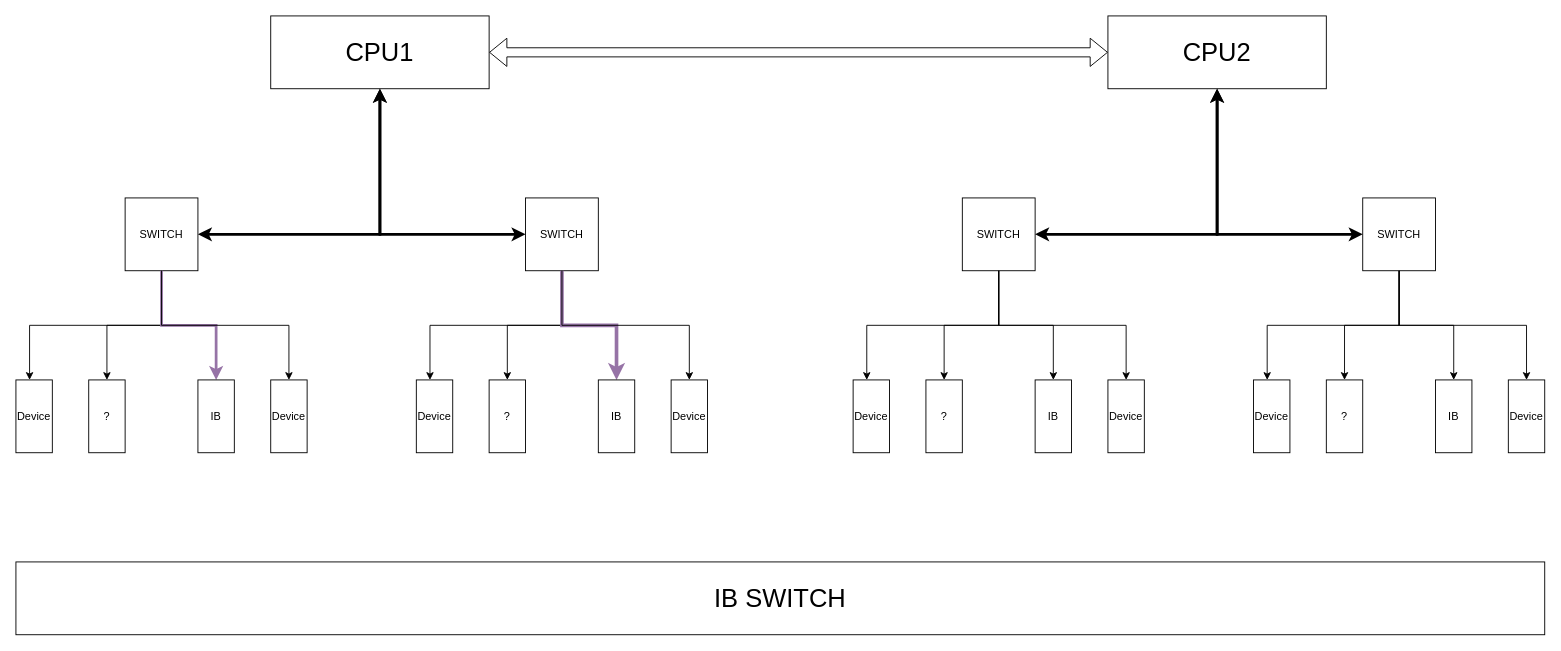
BEYHHH/SBLP keeps this draw.io diagram as OAM_net_ARC.drawio. Above is the earlier version. Source tidied: cells renumbered, new cells numbered last; positions are measured from the earlier drawing's top-left corner, leaving out a move shared by most shapes. Both pictures are drawn from the tidied source at 91%, with x=0, y=0 at pixel (15, 15).
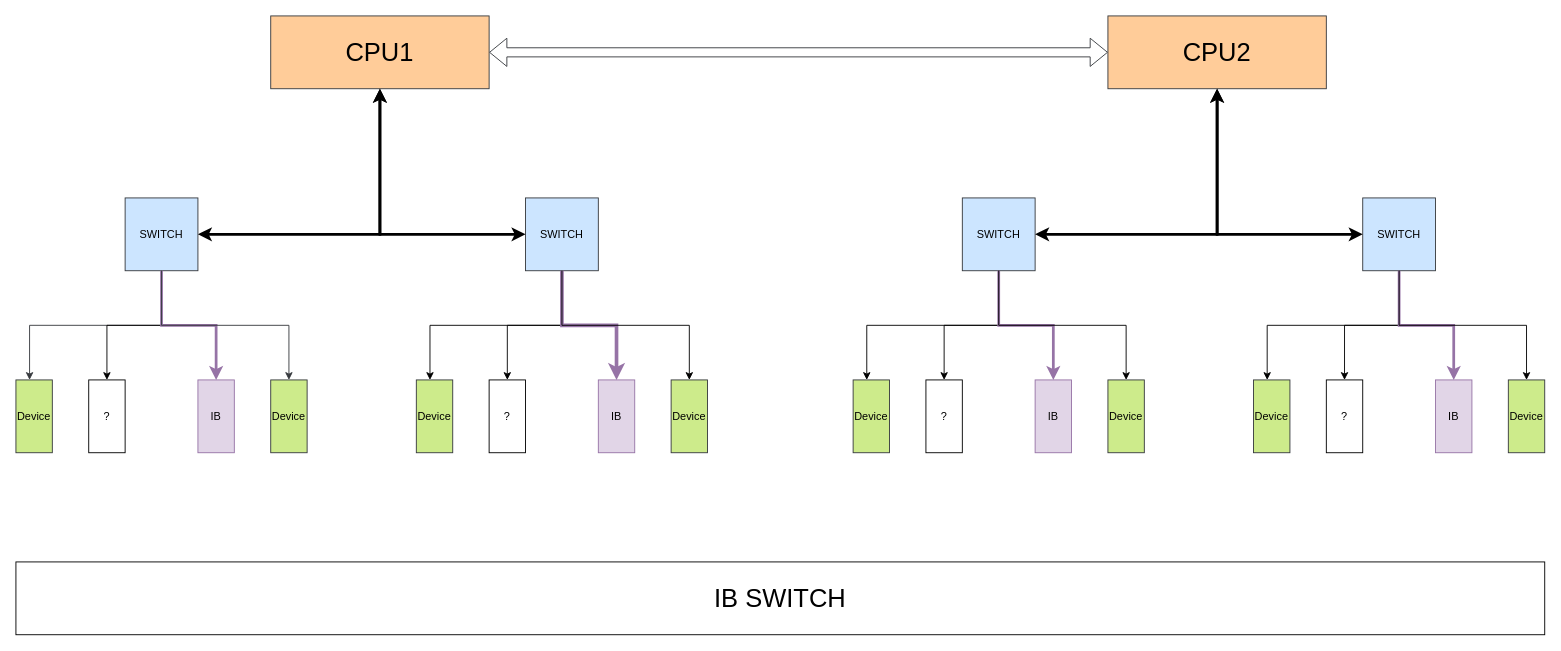
Above is the later version.

Diff of the diagram source:
```diff
@@
-    <mxCell id="2" value="&lt;font style=&quot;font-size: 28px;&quot;&gt;CPU1&lt;/font&gt;" style="rounded=0;whiteSpace=wrap;html=1;" parent="1" vertex="1">
+    <mxCell id="2" value="&lt;font style=&quot;font-size: 28px;&quot;&gt;CPU1&lt;/font&gt;" style="rounded=0;whiteSpace=wrap;html=1;fillColor=#ffcc99;strokeColor=#36393d;" parent="1" vertex="1">
       <mxGeometry x="280" width="240" height="80" as="geometry" />
     </mxCell>
-    <mxCell id="3" style="edgeStyle=orthogonalEdgeStyle;rounded=0;jettySize=auto;html=1;" parent="1" edge="1" source="5" target="6">
+    <mxCell id="3" style="edgeStyle=orthogonalEdgeStyle;rounded=0;jettySize=auto;html=1;fillColor=#cdeb8b;strokeColor=#36393d;" parent="1" edge="1" source="5" target="6">
       <mxGeometry relative="1" as="geometry">
         <Array as="points">
           <mxPoint x="160" y="340" />
           <mxPoint x="15" y="340" />
         </Array>
       </mxGeometry>
     </mxCell>
@@
-    <mxCell id="5" value="SWITCH" style="rounded=0;whiteSpace=wrap;html=1;" parent="1" vertex="1">
+    <mxCell id="5" value="SWITCH" style="rounded=0;whiteSpace=wrap;html=1;fillColor=#cce5ff;strokeColor=#36393d;" parent="1" vertex="1">
       <mxGeometry x="120" y="200" width="80" height="80" as="geometry" />
     </mxCell>
-    <mxCell id="6" value="Device" style="rounded=0;whiteSpace=wrap;html=1;" parent="1" vertex="1">
+    <mxCell id="6" value="Device" style="rounded=0;whiteSpace=wrap;html=1;fillColor=#cdeb8b;strokeColor=#36393d;" parent="1" vertex="1">
       <mxGeometry y="400" width="40" height="80" as="geometry" />
     </mxCell>
@@
-    <mxCell id="9" value="IB" style="rounded=0;whiteSpace=wrap;html=1;" parent="1" vertex="1">
+    <mxCell id="9" value="IB" style="rounded=0;whiteSpace=wrap;html=1;fillColor=#e1d5e7;strokeColor=#9673a6;" parent="1" vertex="1">
       <mxGeometry x="200" y="400" width="40" height="80" as="geometry" />
     </mxCell>
-    <mxCell id="10" value="Device" style="rounded=0;whiteSpace=wrap;html=1;" parent="1" vertex="1">
+    <mxCell id="10" value="Device" style="rounded=0;whiteSpace=wrap;html=1;fillColor=#cdeb8b;strokeColor=#36393d;" parent="1" vertex="1">
       <mxGeometry x="280" y="400" width="40" height="80" as="geometry" />
     </mxCell>
-    <mxCell id="11" style="edgeStyle=orthogonalEdgeStyle;rounded=0;jettySize=auto;html=1;entryX=0.5;entryY=0;entryDx=0;entryDy=0;exitX=0.5;exitY=1;exitDx=0;exitDy=0;" parent="1" edge="1" source="5" target="10">
+    <mxCell id="11" style="edgeStyle=orthogonalEdgeStyle;rounded=0;jettySize=auto;html=1;entryX=0.5;entryY=0;entryDx=0;entryDy=0;exitX=0.5;exitY=1;exitDx=0;exitDy=0;fillColor=#cdeb8b;strokeColor=#36393d;" parent="1" edge="1" source="5" target="10">
       <mxGeometry relative="1" as="geometry">
         <Array as="points">
           <mxPoint x="160" y="340" />
           <mxPoint x="300" y="340" />
         </Array>
       </mxGeometry>
     </mxCell>
@@
-    <mxCell id="14" value="SWITCH" style="rounded=0;whiteSpace=wrap;html=1;" parent="1" vertex="1">
+    <mxCell id="14" value="SWITCH" style="rounded=0;whiteSpace=wrap;html=1;fillColor=#cce5ff;strokeColor=#36393d;" parent="1" vertex="1">
       <mxGeometry x="560" y="200" width="80" height="80" as="geometry" />
     </mxCell>
-    <mxCell id="15" value="Device" style="rounded=0;whiteSpace=wrap;html=1;" parent="1" vertex="1">
+    <mxCell id="15" value="Device" style="rounded=0;whiteSpace=wrap;html=1;fillColor=#cdeb8b;strokeColor=#36393d;" parent="1" vertex="1">
       <mxGeometry x="440" y="400" width="40" height="80" as="geometry" />
     </mxCell>
@@
-    <mxCell id="18" value="IB" style="rounded=0;whiteSpace=wrap;html=1;" parent="1" vertex="1">
+    <mxCell id="18" value="IB" style="rounded=0;whiteSpace=wrap;html=1;fillColor=#e1d5e7;strokeColor=#9673a6;" parent="1" vertex="1">
       <mxGeometry x="640" y="400" width="40" height="80" as="geometry" />
     </mxCell>
-    <mxCell id="19" value="Device" style="rounded=0;whiteSpace=wrap;html=1;" parent="1" vertex="1">
+    <mxCell id="19" value="Device" style="rounded=0;whiteSpace=wrap;html=1;fillColor=#cdeb8b;strokeColor=#36393d;" parent="1" vertex="1">
       <mxGeometry x="720" y="400" width="40" height="80" as="geometry" />
     </mxCell>
@@
-    <mxCell id="23" value="&lt;font style=&quot;font-size: 28px;&quot;&gt;CPU2&lt;/font&gt;" style="rounded=0;whiteSpace=wrap;html=1;" parent="1" vertex="1">
+    <mxCell id="23" value="&lt;font style=&quot;font-size: 28px;&quot;&gt;CPU2&lt;/font&gt;" style="rounded=0;whiteSpace=wrap;html=1;fillColor=#ffcc99;strokeColor=#36393d;" parent="1" vertex="1">
       <mxGeometry x="1200" width="240" height="80" as="geometry" />
     </mxCell>
@@
-    <mxCell id="26" value="SWITCH" style="rounded=0;whiteSpace=wrap;html=1;" parent="1" vertex="1">
+    <mxCell id="26" value="SWITCH" style="rounded=0;whiteSpace=wrap;html=1;fillColor=#cce5ff;strokeColor=#36393d;" parent="1" vertex="1">
       <mxGeometry x="1040" y="200" width="80" height="80" as="geometry" />
     </mxCell>
-    <mxCell id="27" value="Device" style="rounded=0;whiteSpace=wrap;html=1;" parent="1" vertex="1">
+    <mxCell id="27" value="Device" style="rounded=0;whiteSpace=wrap;html=1;fillColor=#cdeb8b;strokeColor=#36393d;" parent="1" vertex="1">
       <mxGeometry x="920" y="400" width="40" height="80" as="geometry" />
     </mxCell>
@@
-    <mxCell id="29" style="edgeStyle=orthogonalEdgeStyle;rounded=0;jettySize=auto;html=1;entryX=0.5;entryY=0;entryDx=0;entryDy=0;" parent="1" edge="1" source="26" target="30">
+    <mxCell id="29" style="edgeStyle=orthogonalEdgeStyle;rounded=0;jettySize=auto;html=1;entryX=0.5;entryY=0;entryDx=0;entryDy=0;fillColor=#e1d5e7;strokeColor=#9673a6;strokeWidth=3;" parent="1" edge="1" source="26" target="30">
       <mxGeometry relative="1" as="geometry">
         <Array as="points">
           <mxPoint x="1080" y="340" />
           <mxPoint x="1140" y="340" />
         </Array>
       </mxGeometry>
     </mxCell>
-    <mxCell id="30" value="IB" style="rounded=0;whiteSpace=wrap;html=1;" parent="1" vertex="1">
+    <mxCell id="30" value="IB" style="rounded=0;whiteSpace=wrap;html=1;fillColor=#e1d5e7;strokeColor=#9673a6;" parent="1" vertex="1">
       <mxGeometry x="1120" y="400" width="40" height="80" as="geometry" />
     </mxCell>
-    <mxCell id="31" value="Device" style="rounded=0;whiteSpace=wrap;html=1;" parent="1" vertex="1">
+    <mxCell id="31" value="Device" style="rounded=0;whiteSpace=wrap;html=1;fillColor=#cdeb8b;strokeColor=#36393d;" parent="1" vertex="1">
       <mxGeometry x="1200" y="400" width="40" height="80" as="geometry" />
     </mxCell>
@@
-    <mxCell id="35" value="SWITCH" style="rounded=0;whiteSpace=wrap;html=1;" parent="1" vertex="1">
+    <mxCell id="35" value="SWITCH" style="rounded=0;whiteSpace=wrap;html=1;fillColor=#cce5ff;strokeColor=#36393d;" parent="1" vertex="1">
       <mxGeometry x="1480" y="200" width="80" height="80" as="geometry" />
     </mxCell>
-    <mxCell id="36" value="Device" style="rounded=0;whiteSpace=wrap;html=1;" parent="1" vertex="1">
+    <mxCell id="36" value="Device" style="rounded=0;whiteSpace=wrap;html=1;fillColor=#cdeb8b;strokeColor=#36393d;" parent="1" vertex="1">
       <mxGeometry x="1360" y="400" width="40" height="80" as="geometry" />
     </mxCell>
@@
-    <mxCell id="38" style="edgeStyle=orthogonalEdgeStyle;rounded=0;jettySize=auto;html=1;entryX=0.5;entryY=0;entryDx=0;entryDy=0;" parent="1" edge="1" source="35" target="39">
+    <mxCell id="38" style="edgeStyle=orthogonalEdgeStyle;rounded=0;jettySize=auto;html=1;entryX=0.5;entryY=0;entryDx=0;entryDy=0;fillColor=#e1d5e7;strokeColor=#9673a6;strokeWidth=3;" parent="1" edge="1" source="35" target="39">
       <mxGeometry relative="1" as="geometry">
         <Array as="points">
           <mxPoint x="1520" y="340" />
           <mxPoint x="1580" y="340" />
         </Array>
       </mxGeometry>
     </mxCell>
-    <mxCell id="39" value="IB" style="rounded=0;whiteSpace=wrap;html=1;" parent="1" vertex="1">
+    <mxCell id="39" value="IB" style="rounded=0;whiteSpace=wrap;html=1;fillColor=#e1d5e7;strokeColor=#9673a6;" parent="1" vertex="1">
       <mxGeometry x="1560" y="400" width="40" height="80" as="geometry" />
     </mxCell>
-    <mxCell id="40" value="Device" style="rounded=0;whiteSpace=wrap;html=1;" parent="1" vertex="1">
+    <mxCell id="40" value="Device" style="rounded=0;whiteSpace=wrap;html=1;fillColor=#cdeb8b;strokeColor=#36393d;" parent="1" vertex="1">
       <mxGeometry x="1640" y="400" width="40" height="80" as="geometry" />
     </mxCell>
@@
-    <mxCell id="44" style="shape=flexArrow;endArrow=classic;startArrow=classic;html=1;rounded=0;entryX=0;entryY=0.5;entryDx=0;entryDy=0;" parent="1" edge="1" source="2" target="23">
+    <mxCell id="44" style="shape=flexArrow;endArrow=classic;startArrow=classic;html=1;rounded=0;entryX=0;entryY=0.5;entryDx=0;entryDy=0;fillColor=#ffffff;strokeColor=#36393d;" parent="1" edge="1" source="2" target="23">
       <mxGeometry relative="1" as="geometry" />
     </mxCell>
```
